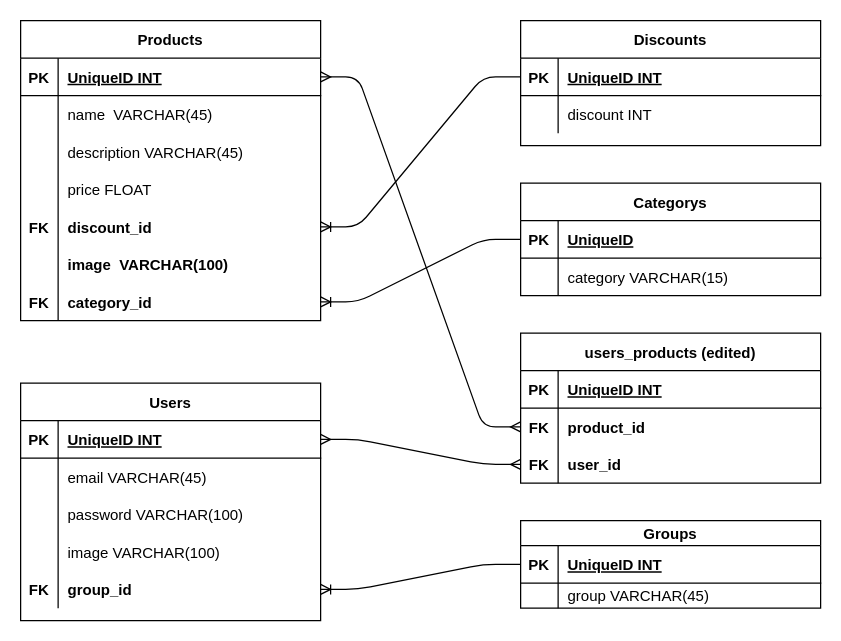
The draw.io diagram Diagrama_CMHMR.drawio in 0920CDFSNCN27ARED/grupo-06, before the edit. Source tidied: cells renumbered, new cells numbered last; positions are measured from the earlier drawing's top-left corner, leaving out a move shared by most shapes. Both pictures are drawn from the tidied source at 125%, with x=0, y=0 at pixel (20, 20).
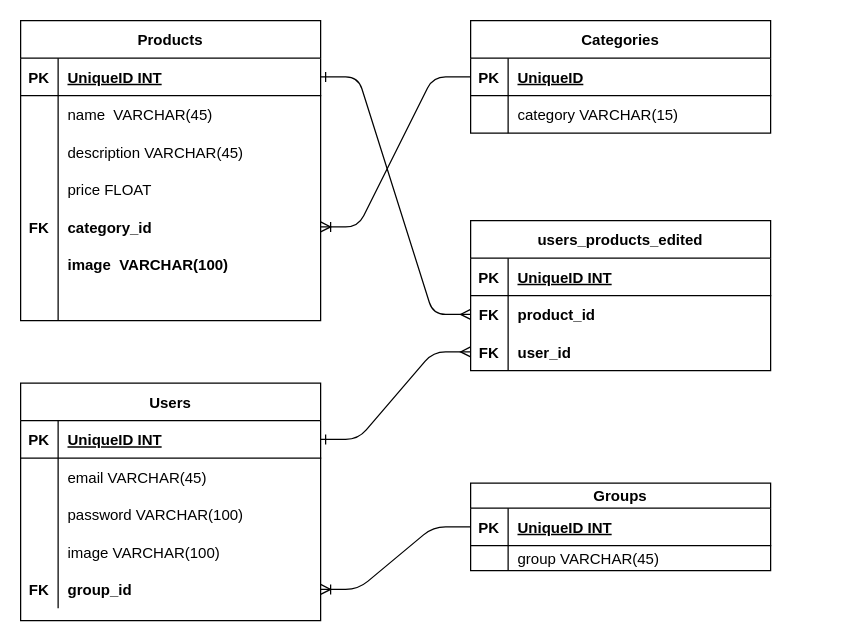
The same diagram, later.

The change refers to these unchanged cells:
```xml
<mxCell id="16" value="Products" style="shape=table;startSize=30;childLayout=tableLayout;rowLines=0;fontStyle=1;align=center;" parent="1" vertex="1">
  <mxGeometry width="240" height="240" as="geometry" />
</mxCell>
<mxCell id="17" style="shape=partialRectangle;fillColor=none;points=[[0,0.5],[1,0.5]];portConstraint=eastwest;top=0;left=0;right=0;bottom=1;" parent="16" vertex="1">
  <mxGeometry y="30" width="240" height="30" as="geometry" />
</mxCell>
<mxCell id="39" style="shape=partialRectangle;fillColor=none;top=0;left=0;bottom=1;right=0;points=[[0,0.5],[1,0.5]];portConstraint=eastwest;" parent="38" vertex="1">
  <mxGeometry y="30" width="240" height="30" as="geometry" />
</mxCell>
<mxCell id="65" style="shape=partialRectangle;fillColor=none;top=0;left=0;bottom=0;right=0;points=[[0,0.5],[1,0.5]];portConstraint=eastwest;" parent="61" vertex="1">
  <mxGeometry y="60" width="240" height="30" as="geometry" />
</mxCell>
<mxCell id="68" style="shape=partialRectangle;fillColor=none;top=0;left=0;bottom=0;right=0;points=[[0,0.5],[1,0.5]];portConstraint=eastwest;" parent="61" vertex="1">
  <mxGeometry y="90" width="240" height="30" as="geometry" />
</mxCell>
```

The edit, as a diff of the source:
```diff
@@
-    <mxCell id="2" value="Discounts" style="shape=table;startSize=30;childLayout=tableLayout;rowLines=0;fontStyle=1;align=center;" parent="1" vertex="1">
-      <mxGeometry x="400" width="240" height="100" as="geometry" />
-    </mxCell>
-    <mxCell id="3" style="shape=partialRectangle;fillColor=none;points=[[0,0.5],[1,0.5]];portConstraint=eastwest;top=0;left=0;right=0;bottom=1;" parent="2" vertex="1">
-      <mxGeometry y="30" width="240" height="30" as="geometry" />
-    </mxCell>
-    <mxCell id="4" value="PK" style="shape=partialRectangle;overflow=hidden;fillColor=none;top=0;left=0;bottom=0;right=0;fontStyle=1;" parent="3" vertex="1">
-      <mxGeometry width="30" height="30" as="geometry" />
-    </mxCell>
-    <mxCell id="5" value="UniqueID INT" style="shape=partialRectangle;overflow=hidden;fillColor=none;top=0;left=0;bottom=0;right=0;align=left;spacingLeft=6;fontStyle=5;" parent="3" vertex="1">
-      <mxGeometry x="30" width="210" height="30" as="geometry" />
-    </mxCell>
-    <mxCell id="6" style="shape=partialRectangle;fillColor=none;top=0;left=0;right=0;bottom=0;" parent="2" vertex="1">
-      <mxGeometry y="60" width="240" height="30" as="geometry" />
-    </mxCell>
-    <mxCell id="7" style="shape=partialRectangle;overflow=hidden;fillColor=none;top=0;left=0;bottom=0;right=0;" parent="6" vertex="1">
-      <mxGeometry width="30" height="30" as="geometry" />
-    </mxCell>
-    <mxCell id="8" value="discount INT" style="shape=partialRectangle;overflow=hidden;fillColor=none;top=0;left=0;bottom=0;right=0;align=left;spacingLeft=6;" parent="6" vertex="1">
-      <mxGeometry x="30" width="210" height="30" as="geometry" />
-    </mxCell>
-    <mxCell id="9" value="Categorys" style="shape=table;startSize=30;childLayout=tableLayout;rowLines=0;fontStyle=1;align=center;" parent="1" vertex="1">
-      <mxGeometry x="400" y="130" width="240" height="90" as="geometry" />
+    <mxCell id="9" value="Categories" style="shape=table;startSize=30;childLayout=tableLayout;rowLines=0;fontStyle=1;align=center;" parent="1" vertex="1">
+      <mxGeometry x="360" width="240" height="90" as="geometry" />
     </mxCell>
@@
+    <mxCell id="35" style="shape=partialRectangle;fillColor=none;top=0;left=0;bottom=0;right=0;points=[[0,0.5],[1,0.5]];portConstraint=eastwest;" parent="16" vertex="1">
+      <mxGeometry y="150" width="240" height="30" as="geometry" />
+    </mxCell>
+    <mxCell id="36" value="FK" style="shape=partialRectangle;fillColor=none;top=0;left=0;bottom=0;right=0;overflow=hidden;fontStyle=1;" parent="35" vertex="1">
+      <mxGeometry width="30" height="30" as="geometry" />
+    </mxCell>
+    <mxCell id="37" value="category_id " style="shape=partialRectangle;fillColor=none;top=0;left=0;bottom=0;right=0;align=left;spacingLeft=6;overflow=hidden;fontStyle=1;" parent="35" vertex="1">
+      <mxGeometry x="30" width="210" height="30" as="geometry" />
+    </mxCell>
+    <mxCell id="32" style="shape=partialRectangle;fillColor=none;top=0;left=0;bottom=0;right=0;" parent="16" vertex="1">
+      <mxGeometry y="180" width="240" height="30" as="geometry" />
+    </mxCell>
+    <mxCell id="33" style="shape=partialRectangle;fillColor=none;top=0;left=0;bottom=0;right=0;overflow=hidden;" parent="32" vertex="1">
+      <mxGeometry width="30" height="30" as="geometry" />
+    </mxCell>
+    <mxCell id="34" value="image  VARCHAR(100)" style="shape=partialRectangle;fillColor=none;top=0;left=0;bottom=0;right=0;align=left;spacingLeft=6;overflow=hidden;fontStyle=1;" parent="32" vertex="1">
+      <mxGeometry x="30" width="210" height="30" as="geometry" />
+    </mxCell>
     <mxCell id="29" style="shape=partialRectangle;fillColor=none;top=0;left=0;bottom=0;right=0;points=[[0,0.5],[1,0.5]];portConstraint=eastwest;" parent="16" vertex="1">
-      <mxGeometry y="150" width="240" height="30" as="geometry" />
+      <mxGeometry y="210" width="240" height="30" as="geometry" />
     </mxCell>
-    <mxCell id="30" value="FK" style="shape=partialRectangle;fillColor=none;top=0;left=0;bottom=0;right=0;overflow=hidden;fontStyle=1;" parent="29" vertex="1">
+    <mxCell id="30" style="shape=partialRectangle;fillColor=none;top=0;left=0;bottom=0;right=0;overflow=hidden;fontStyle=1;" parent="29" vertex="1">
       <mxGeometry width="30" height="30" as="geometry" />
     </mxCell>
-    <mxCell id="31" value="discount_id" style="shape=partialRectangle;fillColor=none;top=0;left=0;bottom=0;right=0;align=left;spacingLeft=6;overflow=hidden;fontStyle=1;" parent="29" vertex="1">
+    <mxCell id="31" style="shape=partialRectangle;fillColor=none;top=0;left=0;bottom=0;right=0;align=left;spacingLeft=6;overflow=hidden;fontStyle=1;" parent="29" vertex="1">
       <mxGeometry x="30" width="210" height="30" as="geometry" />
     </mxCell>
-    <mxCell id="32" style="shape=partialRectangle;fillColor=none;top=0;left=0;bottom=0;right=0;" parent="16" vertex="1">
-      <mxGeometry y="180" width="240" height="30" as="geometry" />
-    </mxCell>
-    <mxCell id="33" style="shape=partialRectangle;fillColor=none;top=0;left=0;bottom=0;right=0;overflow=hidden;" parent="32" vertex="1">
-      <mxGeometry width="30" height="30" as="geometry" />
-    </mxCell>
-    <mxCell id="34" value="image  VARCHAR(100)" style="shape=partialRectangle;fillColor=none;top=0;left=0;bottom=0;right=0;align=left;spacingLeft=6;overflow=hidden;fontStyle=1;" parent="32" vertex="1">
-      <mxGeometry x="30" width="210" height="30" as="geometry" />
-    </mxCell>
-    <mxCell id="35" style="shape=partialRectangle;fillColor=none;top=0;left=0;bottom=0;right=0;points=[[0,0.5],[1,0.5]];portConstraint=eastwest;" parent="16" vertex="1">
-      <mxGeometry y="210" width="240" height="30" as="geometry" />
-    </mxCell>
-    <mxCell id="36" value="FK" style="shape=partialRectangle;fillColor=none;top=0;left=0;bottom=0;right=0;overflow=hidden;fontStyle=1;" parent="35" vertex="1">
-      <mxGeometry width="30" height="30" as="geometry" />
-    </mxCell>
-    <mxCell id="37" value="category_id " style="shape=partialRectangle;fillColor=none;top=0;left=0;bottom=0;right=0;align=left;spacingLeft=6;overflow=hidden;fontStyle=1;" parent="35" vertex="1">
-      <mxGeometry x="30" width="210" height="30" as="geometry" />
-    </mxCell>
@@
     <mxCell id="54" value="Groups" style="shape=table;startSize=20;childLayout=tableLayout;rowLines=0;fontStyle=1;align=center;" parent="1" vertex="1">
-      <mxGeometry x="400" y="400" width="240" height="70" as="geometry" />
+      <mxGeometry x="360" y="370" width="240" height="70" as="geometry" />
     </mxCell>
@@
-    <mxCell id="61" value="users_products (edited)" style="shape=table;startSize=30;childLayout=tableLayout;rowLines=0;fontStyle=1;align=center;" parent="1" vertex="1">
-      <mxGeometry x="400" y="250" width="240" height="120" as="geometry" />
+    <mxCell id="61" value="users_products_edited" style="shape=table;startSize=30;childLayout=tableLayout;rowLines=0;fontStyle=1;align=center;" parent="1" vertex="1">
+      <mxGeometry x="360" y="160" width="240" height="120" as="geometry" />
     </mxCell>
@@
-    <mxCell id="72" style="edgeStyle=entityRelationEdgeStyle;fontSize=12;html=1;endArrow=ERoneToMany;exitX=0;exitY=0.5;exitDx=0;exitDy=0;entryX=1;entryY=0.5;entryDx=0;entryDy=0;" parent="1" edge="1" source="3" target="29">
-      <mxGeometry relative="1" as="geometry" />
-    </mxCell>
@@
-    <mxCell id="74" style="edgeStyle=entityRelationEdgeStyle;fontSize=12;html=1;endArrow=ERmany;startArrow=ERmany;exitX=1;exitY=0.5;exitDx=0;exitDy=0;entryX=0;entryY=0.5;entryDx=0;entryDy=0;" parent="1" edge="1" source="17" target="65">
-      <mxGeometry relative="1" as="geometry" />
+    <mxCell id="74" style="edgeStyle=entityRelationEdgeStyle;fontSize=12;html=1;endArrow=ERmany;startArrow=ERone;entryX=0;entryY=0.5;entryDx=0;entryDy=0;startFill=0;" parent="1" edge="1" target="65">
+      <mxGeometry relative="1" as="geometry">
+        <mxPoint x="240" y="45" as="sourcePoint" />
+      </mxGeometry>
     </mxCell>
-    <mxCell id="75" style="edgeStyle=entityRelationEdgeStyle;fontSize=12;html=1;endArrow=ERmany;startArrow=ERmany;entryX=0;entryY=0.5;entryDx=0;entryDy=0;exitX=1;exitY=0.5;exitDx=0;exitDy=0;" parent="1" edge="1" source="39" target="68">
+    <mxCell id="75" style="edgeStyle=entityRelationEdgeStyle;fontSize=12;html=1;endArrow=ERmany;startArrow=ERone;entryX=0;entryY=0.5;entryDx=0;entryDy=0;exitX=1;exitY=0.5;exitDx=0;exitDy=0;startFill=0;" parent="1" edge="1" source="39" target="68">
       <mxGeometry relative="1" as="geometry" />
     </mxCell>
```
